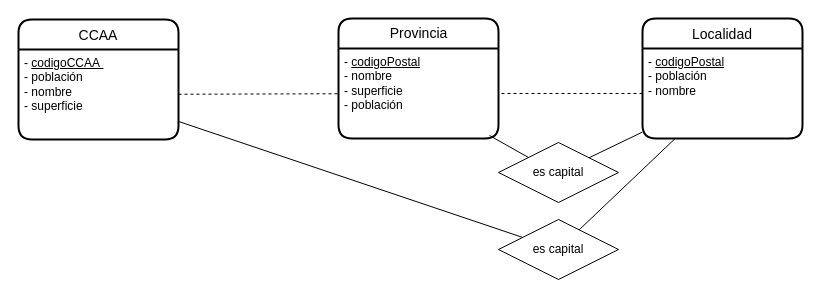
Before: ex03.drawio in JuanMarinG/TA12_MYSQL, a draw.io diagram. Source tidied: cells renumbered, new cells numbered last; positions are measured from the earlier drawing's top-left corner, leaving out a move shared by most shapes. Both pictures are drawn from the tidied source at 100%, with x=0, y=0 at pixel (18, 18).
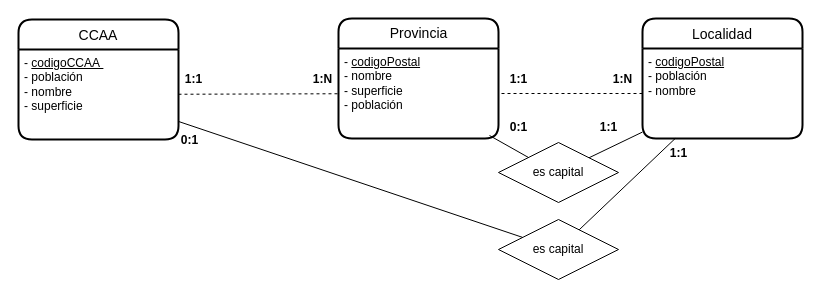
The same diagram, later.

Commit message:
Generamos cardinalidades

The edit, as a diff of the source:
```diff
@@
+    <mxCell id="16" value="&lt;b&gt;0:1&lt;/b&gt;" style="text;html=1;align=center;verticalAlign=middle;strokeColor=none;fillColor=none;" parent="1" vertex="1">
+      <mxGeometry x="151" y="107" width="40" height="30" as="geometry" />
+    </mxCell>
+    <mxCell id="17" value="&lt;b&gt;1:1&lt;/b&gt;" style="text;html=1;align=center;verticalAlign=middle;strokeColor=none;fillColor=none;" parent="1" vertex="1">
+      <mxGeometry x="640" y="120" width="40" height="30" as="geometry" />
+    </mxCell>
+    <mxCell id="18" value="&lt;b&gt;1:1&lt;/b&gt;" style="text;html=1;align=center;verticalAlign=middle;strokeColor=none;fillColor=none;" parent="1" vertex="1">
+      <mxGeometry x="155" y="46" width="40" height="30" as="geometry" />
+    </mxCell>
+    <mxCell id="19" value="&lt;b&gt;1:N&lt;/b&gt;" style="text;html=1;align=center;verticalAlign=middle;strokeColor=none;fillColor=none;" parent="1" vertex="1">
+      <mxGeometry x="284" y="46" width="40" height="30" as="geometry" />
+    </mxCell>
+    <mxCell id="20" value="&lt;b&gt;0:1&lt;/b&gt;" style="text;html=1;align=center;verticalAlign=middle;strokeColor=none;fillColor=none;" parent="1" vertex="1">
+      <mxGeometry x="480" y="94" width="40" height="30" as="geometry" />
+    </mxCell>
+    <mxCell id="21" value="&lt;b&gt;1:1&lt;/b&gt;" style="text;html=1;align=center;verticalAlign=middle;strokeColor=none;fillColor=none;" parent="1" vertex="1">
+      <mxGeometry x="570" y="94" width="40" height="30" as="geometry" />
+    </mxCell>
+    <mxCell id="22" value="&lt;b&gt;1:1&lt;/b&gt;" style="text;html=1;align=center;verticalAlign=middle;strokeColor=none;fillColor=none;" parent="1" vertex="1">
+      <mxGeometry x="480" y="46" width="40" height="30" as="geometry" />
+    </mxCell>
+    <mxCell id="23" value="&lt;b&gt;1:N&lt;/b&gt;" style="text;html=1;align=center;verticalAlign=middle;strokeColor=none;fillColor=none;" parent="1" vertex="1">
+      <mxGeometry x="584" y="46" width="40" height="30" as="geometry" />
+    </mxCell>
```
